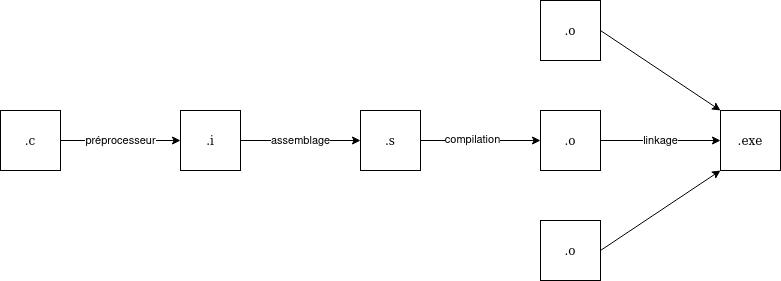
Before: 4_c/cours/img/compilation.png, a diagram exported from draw.io (zxymike93v3l9d/akyongh). Source tidied: cells renumbered, new cells last; positions are measured from the earlier drawing's top-left corner, leaving out a move shared by most shapes.
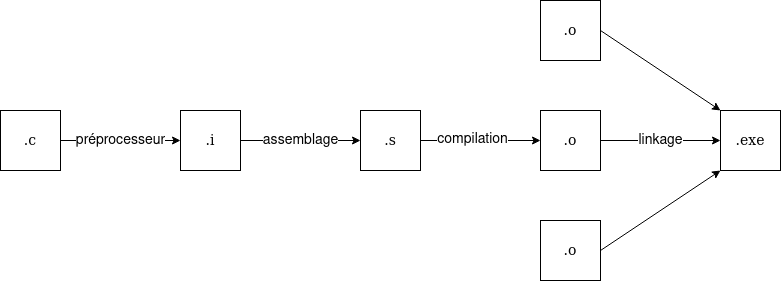
The same file after the commit.

Commit message:
Update compilation img

The edit, as a diff of the source:
```diff
@@ -2,22 +2,22 @@
   <root>
     <mxCell id="0" />
     <mxCell id="1" parent="0" />
-    <mxCell id="2" value="&lt;div&gt;.c&lt;/div&gt;" style="rounded=0;whiteSpace=wrap;html=1;fontFamily=Verdana;" parent="1" vertex="1">
+    <mxCell id="2" value="&lt;div style=&quot;font-size: 14px;&quot;&gt;.c&lt;/div&gt;" style="rounded=0;whiteSpace=wrap;html=1;fontFamily=Verdana;fontSize=14;" parent="1" vertex="1">
       <mxGeometry y="110" width="60" height="60" as="geometry" />
     </mxCell>
-    <mxCell id="3" value="&lt;div&gt;.i&lt;br&gt;&lt;/div&gt;" style="rounded=0;whiteSpace=wrap;html=1;fontFamily=Verdana;" parent="1" vertex="1">
+    <mxCell id="3" value="&lt;div style=&quot;font-size: 14px;&quot;&gt;.i&lt;br style=&quot;font-size: 14px;&quot;&gt;&lt;/div&gt;" style="rounded=0;whiteSpace=wrap;html=1;fontFamily=Verdana;fontSize=14;" parent="1" vertex="1">
       <mxGeometry x="180" y="110" width="60" height="60" as="geometry" />
     </mxCell>
-    <mxCell id="4" value="préprocesseur" style="endArrow=classic;html=1;rounded=0;exitX=1;exitY=0.5;exitDx=0;exitDy=0;entryX=0;entryY=0.5;entryDx=0;entryDy=0;" parent="1" edge="1" source="2" target="3">
+    <mxCell id="4" value="&lt;font style=&quot;font-size: 14px&quot;&gt;préprocesseur&lt;/font&gt;" style="endArrow=classic;html=1;rounded=0;exitX=1;exitY=0.5;exitDx=0;exitDy=0;entryX=0;entryY=0.5;entryDx=0;entryDy=0;" parent="1" edge="1" source="2" target="3">
       <mxGeometry relative="1" as="geometry" />
     </mxCell>
-    <mxCell id="5" value="assemblage" style="endArrow=classic;html=1;rounded=0;" parent="1" edge="1">
+    <mxCell id="5" value="&lt;font style=&quot;font-size: 14px;&quot;&gt;assemblage&lt;/font&gt;" style="endArrow=classic;html=1;rounded=0;fontSize=14;" parent="1" edge="1">
       <mxGeometry relative="1" as="geometry">
         <mxPoint x="240" y="140" as="sourcePoint" />
         <mxPoint x="360" y="140" as="targetPoint" />
       </mxGeometry>
     </mxCell>
-    <mxCell id="6" value=".s" style="rounded=0;whiteSpace=wrap;html=1;fontFamily=Verdana;" parent="1" vertex="1">
+    <mxCell id="6" value="&lt;font style=&quot;font-size: 14px&quot;&gt;.s&lt;/font&gt;" style="rounded=0;whiteSpace=wrap;html=1;fontFamily=Verdana;" parent="1" vertex="1">
       <mxGeometry x="360" y="110" width="60" height="60" as="geometry" />
     </mxCell>
     <mxCell id="7" style="endArrow=classic;html=1;rounded=0;" parent="1" edge="1">
@@ -26,25 +26,25 @@
         <mxPoint x="540" y="140" as="targetPoint" />
       </mxGeometry>
     </mxCell>
-    <mxCell id="8" value="&lt;div&gt;compilation&lt;/div&gt;" style="edgeLabel;html=1;align=center;verticalAlign=middle;" parent="7" vertex="1">
+    <mxCell id="8" value="&lt;div style=&quot;font-size: 14px;&quot;&gt;compilation&lt;/div&gt;" style="edgeLabel;html=1;align=center;verticalAlign=middle;fontSize=14;" parent="7" vertex="1">
       <mxGeometry x="-0.14" y="1" relative="1" as="geometry" />
     </mxCell>
-    <mxCell id="9" value=".o" style="rounded=0;whiteSpace=wrap;html=1;fontFamily=Verdana;" parent="1" vertex="1">
+    <mxCell id="9" value=".o" style="rounded=0;whiteSpace=wrap;html=1;fontFamily=Verdana;fontSize=14;" parent="1" vertex="1">
       <mxGeometry x="540" y="110" width="60" height="60" as="geometry" />
     </mxCell>
-    <mxCell id="10" value=".exe" style="rounded=0;whiteSpace=wrap;html=1;fontFamily=Verdana;" parent="1" vertex="1">
+    <mxCell id="10" value=".exe" style="rounded=0;whiteSpace=wrap;html=1;fontFamily=Verdana;fontSize=14;" parent="1" vertex="1">
       <mxGeometry x="720" y="110" width="60" height="60" as="geometry" />
     </mxCell>
-    <mxCell id="11" value="linkage" style="endArrow=classic;html=1;rounded=0;exitX=1;exitY=0.5;exitDx=0;exitDy=0;entryX=0;entryY=0.5;entryDx=0;entryDy=0;" parent="1" edge="1" source="9" target="10">
+    <mxCell id="11" value="linkage" style="endArrow=classic;html=1;rounded=0;exitX=1;exitY=0.5;exitDx=0;exitDy=0;entryX=0;entryY=0.5;entryDx=0;entryDy=0;fontSize=14;" parent="1" edge="1" source="9" target="10">
       <mxGeometry relative="1" as="geometry" />
     </mxCell>
-    <mxCell id="12" value=".o" style="rounded=0;whiteSpace=wrap;html=1;fontFamily=Verdana;" parent="1" vertex="1">
+    <mxCell id="12" value=".o" style="rounded=0;whiteSpace=wrap;html=1;fontFamily=Verdana;fontSize=14;" parent="1" vertex="1">
       <mxGeometry x="540" width="60" height="60" as="geometry" />
     </mxCell>
     <mxCell id="13" style="endArrow=classic;html=1;rounded=0;exitX=1;exitY=0.5;exitDx=0;exitDy=0;entryX=0;entryY=0;entryDx=0;entryDy=0;" parent="1" edge="1" source="12" target="10">
       <mxGeometry relative="1" as="geometry" />
     </mxCell>
-    <mxCell id="14" value=".o" style="rounded=0;whiteSpace=wrap;html=1;fontFamily=Verdana;" parent="1" vertex="1">
+    <mxCell id="14" value=".o" style="rounded=0;whiteSpace=wrap;html=1;fontFamily=Verdana;fontSize=14;" parent="1" vertex="1">
       <mxGeometry x="540" y="220" width="60" height="60" as="geometry" />
     </mxCell>
     <mxCell id="15" style="endArrow=classic;html=1;rounded=0;exitX=1;exitY=0.5;exitDx=0;exitDy=0;entryX=0;entryY=1;entryDx=0;entryDy=0;" parent="1" edge="1" source="14" target="10">
```
